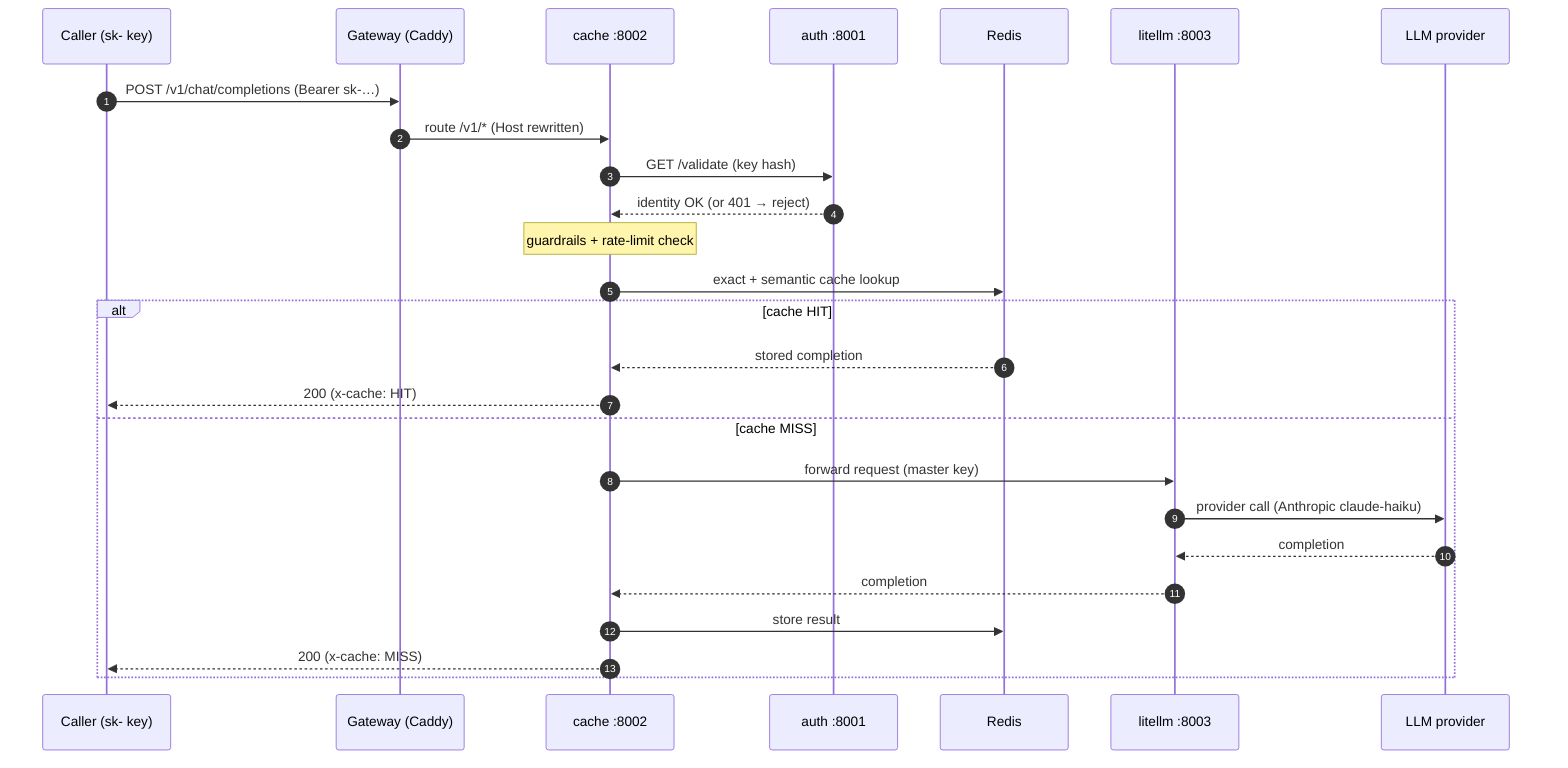
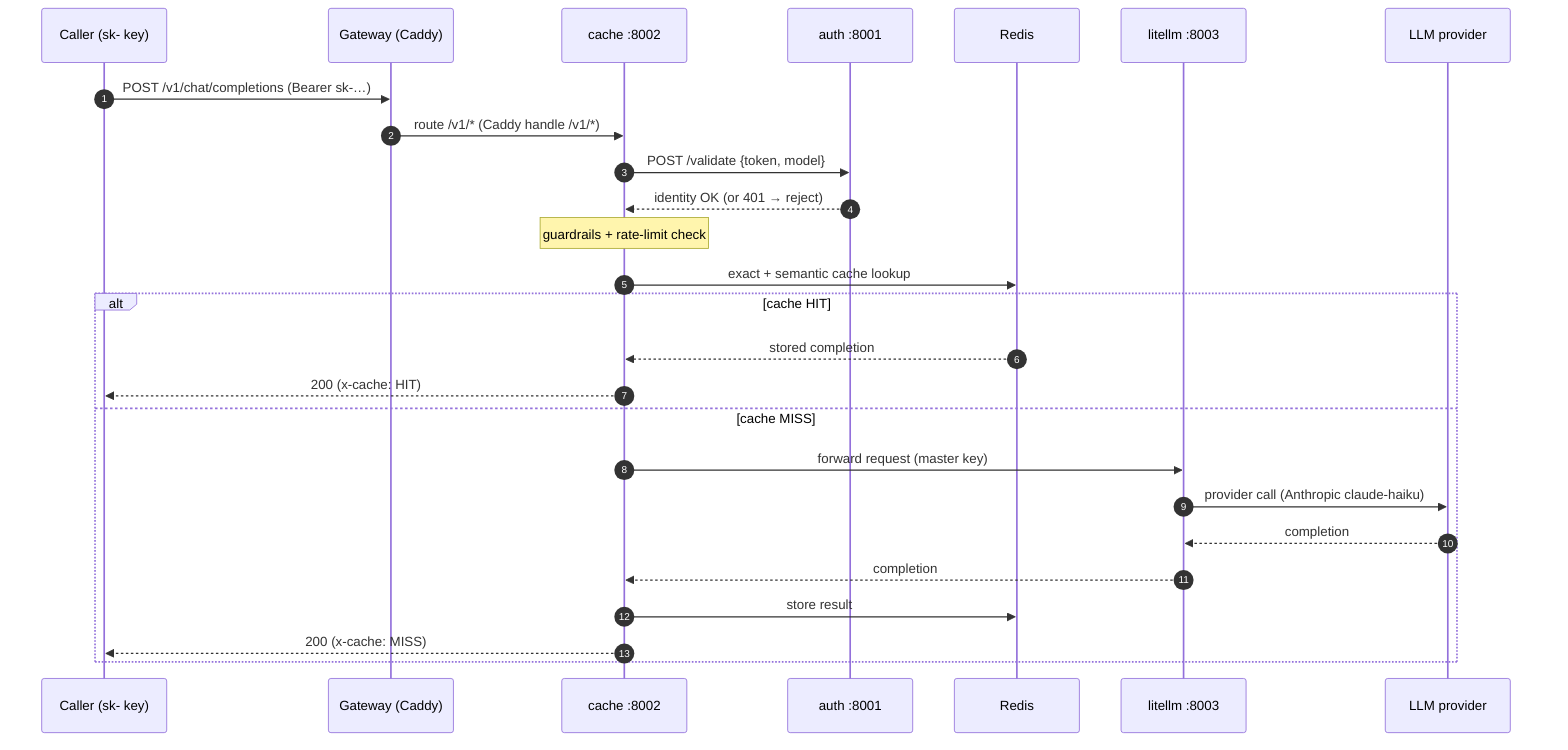
sequenceDiagram
  autonumber
  participant C as Caller (sk- key)
  participant G as Gateway (Caddy)
  participant Ca as cache :8002
  participant A as auth :8001
  participant R as Redis
  participant L as litellm :8003
  participant P as LLM provider

  C->>G: POST /v1/chat/completions  (Bearer sk-…)
-   G->>Ca: route /v1/* (Host rewritten)
-   Ca->>A: GET /validate (key hash)
+   G->>Ca: route /v1/*  (Caddy handle /v1/*)
+   Ca->>A: POST /validate  {token, model}
  A-->>Ca: identity OK (or 401 → reject)
  Note over Ca: guardrails + rate-limit check
  Ca->>R: exact + semantic cache lookup
  alt cache HIT
    R-->>Ca: stored completion
    Ca-->>C: 200  (x-cache: HIT)
  else cache MISS
    Ca->>L: forward request (master key)
    L->>P: provider call (Anthropic claude-haiku)
    P-->>L: completion
    L-->>Ca: completion
    Ca->>R: store result
    Ca-->>C: 200  (x-cache: MISS)
  end
